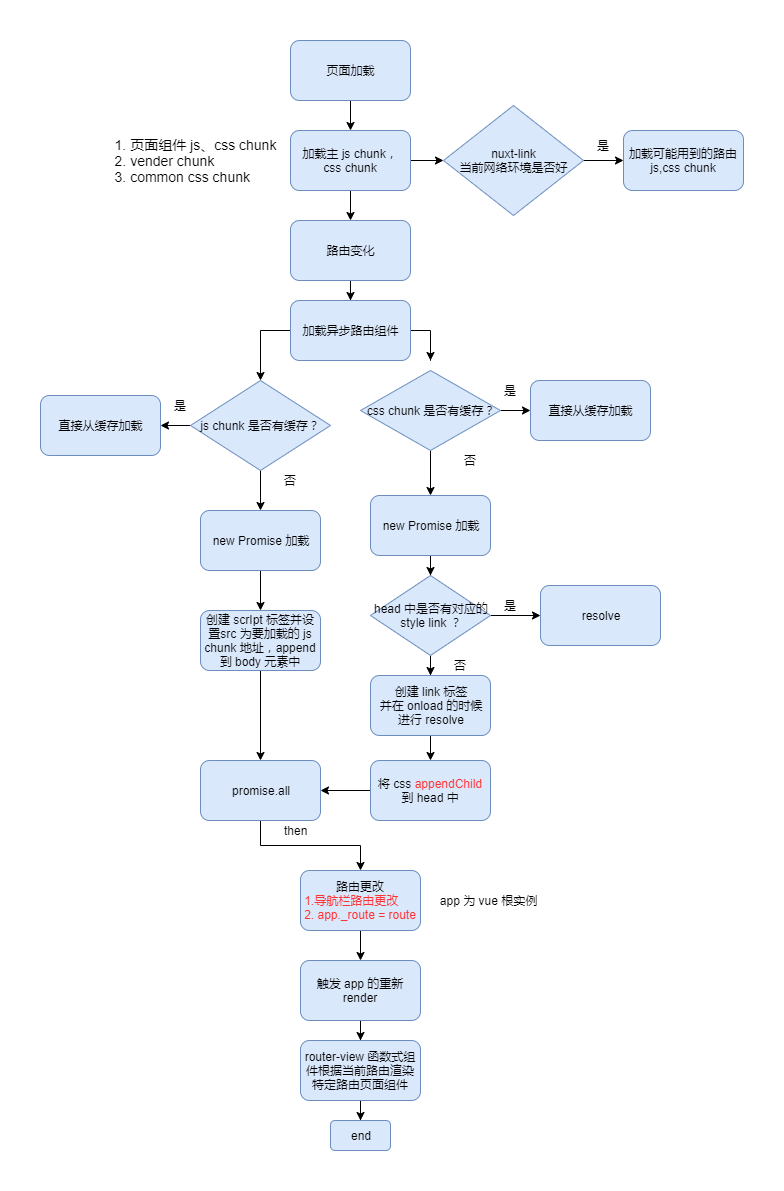
Before: VUE/Nuxt 样式打包构建问题/images/process.png, a diagram exported from draw.io (zhijs/blog). Source tidied: cells renumbered, new cells last; positions are measured from the earlier drawing's top-left corner, leaving out a move shared by most shapes.
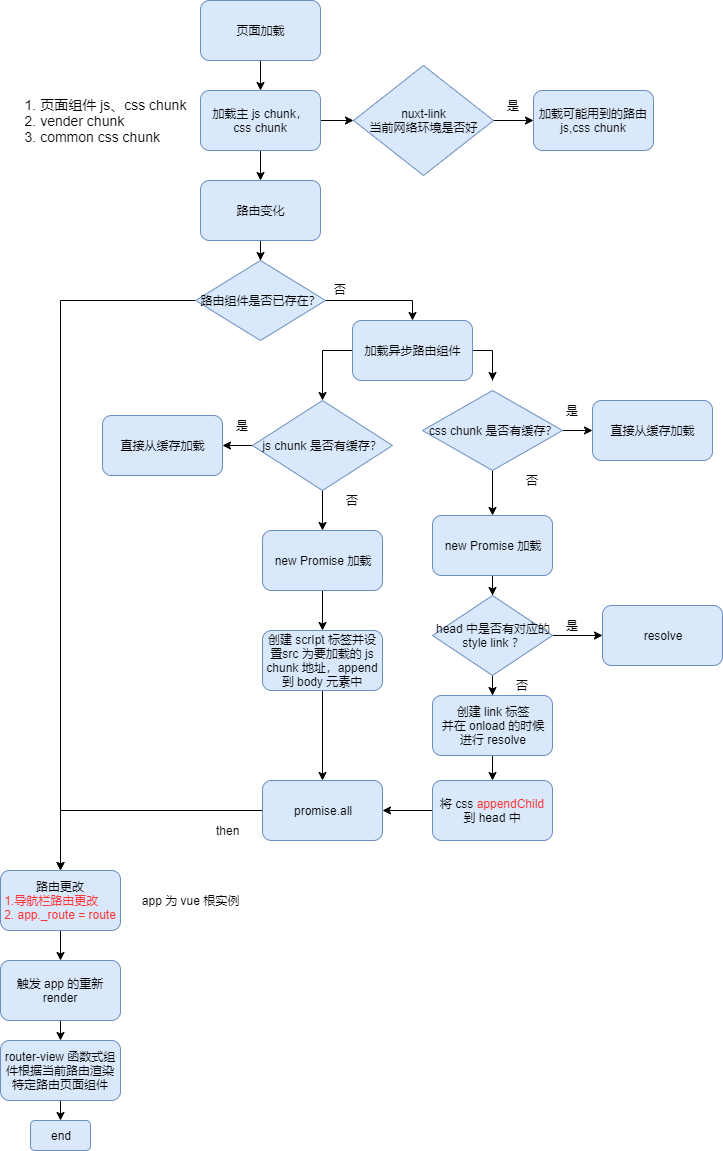
Above is the later version.

Diff of the diagram source:
```diff
@@ -2,11 +2,11 @@
   <root>
     <mxCell id="0" />
     <mxCell id="1" parent="0" />
-    <mxCell id="2" style="edgeStyle=orthogonalEdgeStyle;rounded=0;jettySize=auto;html=1;" parent="1" edge="1" source="3" target="6">
-      <mxGeometry relative="1" as="geometry" />
-    </mxCell>
+    <mxCell id="56" style="edgeStyle=orthogonalEdgeStyle;rounded=0;jettySize=auto;html=1;" parent="1" edge="1" source="3" target="60">
+      <mxGeometry relative="1" as="geometry" />
+    </mxCell>
     <mxCell id="3" value="路由变化" style="rounded=1;whiteSpace=wrap;html=1;fillColor=#dae8fc;strokeColor=#6c8ebf;" parent="1" vertex="1">
-      <mxGeometry x="250" y="180" width="120" height="60" as="geometry" />
+      <mxGeometry x="98" y="120" width="120" height="60" as="geometry" />
     </mxCell>
     <mxCell id="4" style="edgeStyle=orthogonalEdgeStyle;rounded=0;jettySize=auto;html=1;exitX=0;exitY=0.5;exitDx=0;exitDy=0;entryX=0.5;entryY=0;entryDx=0;entryDy=0;" parent="1" edge="1" source="6" target="13">
       <mxGeometry relative="1" as="geometry" />
@@ -44,7 +44,7 @@
       <mxGeometry relative="1" as="geometry" />
     </mxCell>
     <mxCell id="15" value="页面加载" style="rounded=1;whiteSpace=wrap;html=1;fillColor=#dae8fc;strokeColor=#6c8ebf;" parent="1" vertex="1">
-      <mxGeometry x="250" width="120" height="60" as="geometry" />
+      <mxGeometry x="98" y="-60" width="120" height="60" as="geometry" />
     </mxCell>
     <mxCell id="16" style="edgeStyle=orthogonalEdgeStyle;rounded=0;jettySize=auto;html=1;" parent="1" edge="1" source="18" target="3">
       <mxGeometry relative="1" as="geometry" />
@@ -53,22 +53,22 @@
       <mxGeometry relative="1" as="geometry" />
     </mxCell>
     <mxCell id="18" value="加载主 js chunk， css chunk" style="rounded=1;whiteSpace=wrap;html=1;fillColor=#dae8fc;strokeColor=#6c8ebf;" parent="1" vertex="1">
-      <mxGeometry x="250" y="90" width="120" height="60" as="geometry" />
+      <mxGeometry x="98" y="30" width="120" height="60" as="geometry" />
     </mxCell>
     <mxCell id="19" value="&lt;div style=&quot;text-align: left ; font-size: 14px&quot;&gt;&lt;span&gt;&lt;font style=&quot;font-size: 14px&quot;&gt;1. 页面组件 js、css chunk&lt;/font&gt;&lt;/span&gt;&lt;/div&gt;&lt;div style=&quot;text-align: left ; font-size: 14px&quot;&gt;&lt;span&gt;&lt;font style=&quot;font-size: 14px&quot;&gt;2. vender chunk&lt;/font&gt;&lt;/span&gt;&lt;/div&gt;&lt;div style=&quot;text-align: left ; font-size: 14px&quot;&gt;&lt;span&gt;&lt;font style=&quot;font-size: 14px&quot;&gt;3. common css chunk&lt;/font&gt;&lt;/span&gt;&lt;/div&gt;" style="text;html=1;strokeColor=none;fillColor=none;align=center;verticalAlign=middle;whiteSpace=wrap;rounded=0;" parent="1" vertex="1">
-      <mxGeometry x="70" y="110" width="169" height="20" as="geometry" />
+      <mxGeometry x="-82" y="50" width="169" height="20" as="geometry" />
     </mxCell>
     <mxCell id="20" style="edgeStyle=orthogonalEdgeStyle;rounded=0;jettySize=auto;html=1;" parent="1" edge="1" source="21" target="22">
       <mxGeometry relative="1" as="geometry" />
     </mxCell>
     <mxCell id="21" value="nuxt-link&lt;br&gt;当前网络环境是否好" style="rhombus;whiteSpace=wrap;html=1;fillColor=#dae8fc;strokeColor=#6c8ebf;" parent="1" vertex="1">
-      <mxGeometry x="403" y="65" width="140" height="110" as="geometry" />
+      <mxGeometry x="251" y="5" width="140" height="110" as="geometry" />
     </mxCell>
     <mxCell id="22" value="加载可能用到的路由 js,css chunk" style="rounded=1;whiteSpace=wrap;html=1;fillColor=#dae8fc;strokeColor=#6c8ebf;" parent="1" vertex="1">
-      <mxGeometry x="583" y="90" width="120" height="60" as="geometry" />
+      <mxGeometry x="431" y="30" width="120" height="60" as="geometry" />
     </mxCell>
     <mxCell id="23" value="是" style="text;html=1;align=center;verticalAlign=middle;" parent="1" vertex="1">
-      <mxGeometry x="548" y="95" width="30" height="20" as="geometry" />
+      <mxGeometry x="396" y="35" width="30" height="20" as="geometry" />
     </mxCell>
     <mxCell id="24" value="直接从缓存加载" style="rounded=1;whiteSpace=wrap;html=1;fillColor=#dae8fc;strokeColor=#6c8ebf;" parent="1" vertex="1">
       <mxGeometry y="355" width="120" height="60" as="geometry" />
@@ -133,38 +133,63 @@
     <mxCell id="44" value="创建 scrIpt 标签并设置src 为要加载的 js chunk 地址，append 到 body 元素中" style="rounded=1;whiteSpace=wrap;html=1;fillColor=#dae8fc;strokeColor=#6c8ebf;" parent="1" vertex="1">
       <mxGeometry x="160" y="570" width="120" height="60" as="geometry" />
     </mxCell>
-    <mxCell id="45" style="edgeStyle=orthogonalEdgeStyle;rounded=0;jettySize=auto;html=1;" parent="1" edge="1" source="46" target="51">
-      <mxGeometry relative="1" as="geometry" />
+    <mxCell id="45" style="edgeStyle=orthogonalEdgeStyle;rounded=0;orthogonalLoop=1;jettySize=auto;html=1;" parent="1" edge="1">
+      <mxGeometry relative="1" as="geometry">
+        <mxPoint x="-42" y="870" as="sourcePoint" />
+        <mxPoint x="-42" y="900" as="targetPoint" />
+      </mxGeometry>
     </mxCell>
     <mxCell id="46" value="路由更改&lt;br&gt;&lt;div style=&quot;text-align: left&quot;&gt;&lt;span style=&quot;color: rgb(255 , 51 , 51)&quot;&gt;1.导航栏路由更改&lt;/span&gt;&lt;/div&gt;&lt;font color=&quot;#ff3333&quot;&gt;&lt;div style=&quot;text-align: left&quot;&gt;&lt;span&gt;2.&amp;nbsp;app._route = route&lt;/span&gt;&lt;/div&gt;&lt;/font&gt;" style="rounded=1;whiteSpace=wrap;html=1;fillColor=#dae8fc;strokeColor=#6c8ebf;" parent="1" vertex="1">
-      <mxGeometry x="260" y="830" width="120" height="60" as="geometry" />
+      <mxGeometry x="-102" y="810" width="120" height="60" as="geometry" />
     </mxCell>
-    <mxCell id="47" style="edgeStyle=orthogonalEdgeStyle;rounded=0;jettySize=auto;html=1;exitX=0.5;exitY=1;exitDx=0;exitDy=0;entryX=0.5;entryY=0;entryDx=0;entryDy=0;" parent="1" edge="1" source="48" target="46">
-      <mxGeometry relative="1" as="geometry" />
-    </mxCell>
+    <mxCell id="57" style="edgeStyle=orthogonalEdgeStyle;rounded=0;jettySize=auto;html=1;entryX=0.5;entryY=0;entryDx=0;entryDy=0;" parent="1" edge="1" source="48">
+      <mxGeometry relative="1" as="geometry">
+        <mxPoint x="-42" y="810" as="targetPoint" />
+      </mxGeometry>
+    </mxCell>
     <mxCell id="48" value="promise.all" style="rounded=1;whiteSpace=wrap;html=1;fillColor=#dae8fc;strokeColor=#6c8ebf;" parent="1" vertex="1">
       <mxGeometry x="160" y="720" width="120" height="60" as="geometry" />
     </mxCell>
     <mxCell id="49" value="then" style="text;html=1;align=center;verticalAlign=middle;" parent="1" vertex="1">
-      <mxGeometry x="235" y="780" width="40" height="20" as="geometry" />
+      <mxGeometry x="105.5" y="760" width="40" height="20" as="geometry" />
     </mxCell>
-    <mxCell id="50" style="edgeStyle=orthogonalEdgeStyle;rounded=0;jettySize=auto;html=1;" parent="1" edge="1" source="51" target="54">
-      <mxGeometry relative="1" as="geometry" />
+    <mxCell id="50" style="edgeStyle=orthogonalEdgeStyle;rounded=0;orthogonalLoop=1;jettySize=auto;html=1;" parent="1" edge="1">
+      <mxGeometry relative="1" as="geometry">
+        <mxPoint x="-42" y="960" as="sourcePoint" />
+        <mxPoint x="-42" y="980" as="targetPoint" />
+      </mxGeometry>
     </mxCell>
     <mxCell id="51" value="触发 app 的重新 render" style="rounded=1;whiteSpace=wrap;html=1;fillColor=#dae8fc;strokeColor=#6c8ebf;" parent="1" vertex="1">
-      <mxGeometry x="260" y="920" width="120" height="60" as="geometry" />
+      <mxGeometry x="-102" y="900" width="120" height="60" as="geometry" />
     </mxCell>
     <mxCell id="52" value="app 为 vue 根实例" style="text;html=1;strokeColor=none;fillColor=none;align=center;verticalAlign=middle;whiteSpace=wrap;rounded=0;" parent="1" vertex="1">
-      <mxGeometry x="395" y="850" width="105" height="20" as="geometry" />
+      <mxGeometry x="35" y="830" width="105" height="20" as="geometry" />
     </mxCell>
-    <mxCell id="53" style="edgeStyle=orthogonalEdgeStyle;rounded=0;jettySize=auto;html=1;entryX=0.5;entryY=0;entryDx=0;entryDy=0;" parent="1" edge="1" source="54" target="55">
-      <mxGeometry relative="1" as="geometry" />
+    <mxCell id="53" style="edgeStyle=orthogonalEdgeStyle;rounded=0;orthogonalLoop=1;jettySize=auto;html=1;entryX=0.5;entryY=0;entryDx=0;entryDy=0;" parent="1" edge="1">
+      <mxGeometry relative="1" as="geometry">
+        <mxPoint x="-42" y="1040" as="sourcePoint" />
+        <mxPoint x="-42" y="1060" as="targetPoint" />
+      </mxGeometry>
     </mxCell>
     <mxCell id="54" value="router-view 函数式组件根据当前路由渲染特定路由页面组件" style="rounded=1;whiteSpace=wrap;html=1;fillColor=#dae8fc;strokeColor=#6c8ebf;" parent="1" vertex="1">
-      <mxGeometry x="260" y="1000" width="120" height="60" as="geometry" />
+      <mxGeometry x="-102" y="980" width="120" height="60" as="geometry" />
     </mxCell>
     <mxCell id="55" value="end" style="rounded=1;whiteSpace=wrap;html=1;fillColor=#dae8fc;strokeColor=#6c8ebf;" parent="1" vertex="1">
-      <mxGeometry x="290" y="1080" width="60" height="30" as="geometry" />
+      <mxGeometry x="-72" y="1060" width="60" height="30" as="geometry" />
     </mxCell>
+    <mxCell id="58" style="edgeStyle=orthogonalEdgeStyle;rounded=0;jettySize=auto;html=1;entryX=0.5;entryY=0;entryDx=0;entryDy=0;" parent="1" edge="1" source="60" target="6">
+      <mxGeometry relative="1" as="geometry" />
+    </mxCell>
+    <mxCell id="59" style="edgeStyle=orthogonalEdgeStyle;rounded=0;jettySize=auto;html=1;entryX=0.5;entryY=0;entryDx=0;entryDy=0;" parent="1" edge="1" source="60">
+      <mxGeometry relative="1" as="geometry">
+        <mxPoint x="-42" y="810" as="targetPoint" />
+      </mxGeometry>
+    </mxCell>
+    <mxCell id="60" value="路由组件是否已存在？" style="rhombus;whiteSpace=wrap;html=1;fillColor=#dae8fc;strokeColor=#6c8ebf;" parent="1" vertex="1">
+      <mxGeometry x="93" y="200" width="130" height="80" as="geometry" />
+    </mxCell>
+    <mxCell id="61" value="否" style="text;html=1;align=left;verticalAlign=top;spacingTop=-4;" parent="1" vertex="1">
+      <mxGeometry x="230" y="220" width="30" height="20" as="geometry" />
+    </mxCell>
   </root>
 </mxGraphModel>
```
